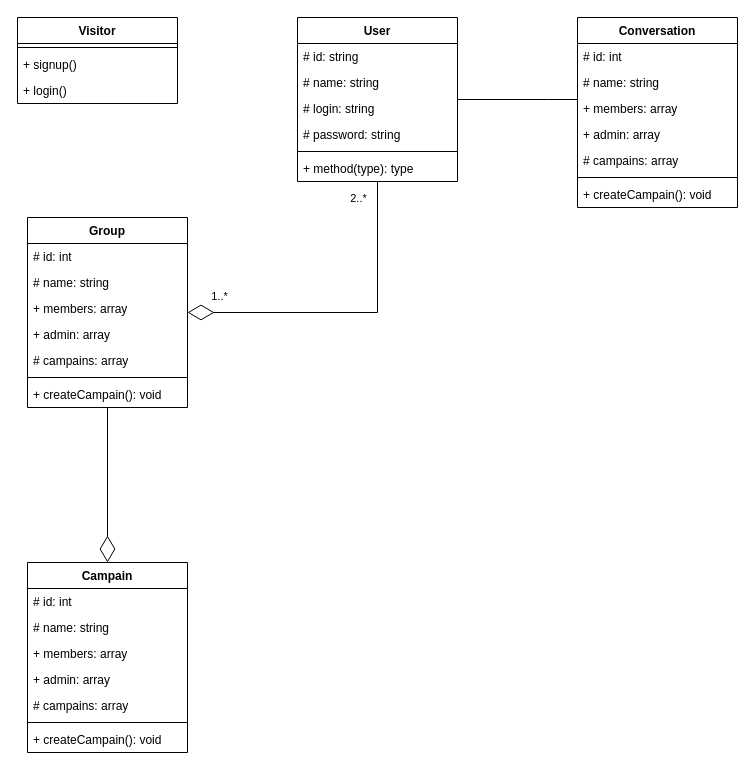
Above: page "UML" (3 of 3) of Documentation/Diagrames.drawio in ThreeLeggedDuckling/I3WAD_SymfonyProject (draw.io), before the change. Source tidied: cells renumbered, new cells numbered last; positions are measured from the earlier drawing's top-left corner, leaving out a move shared by most shapes. Both pictures are drawn from the tidied source at 100%, with x=0, y=0 at pixel (17, 17).
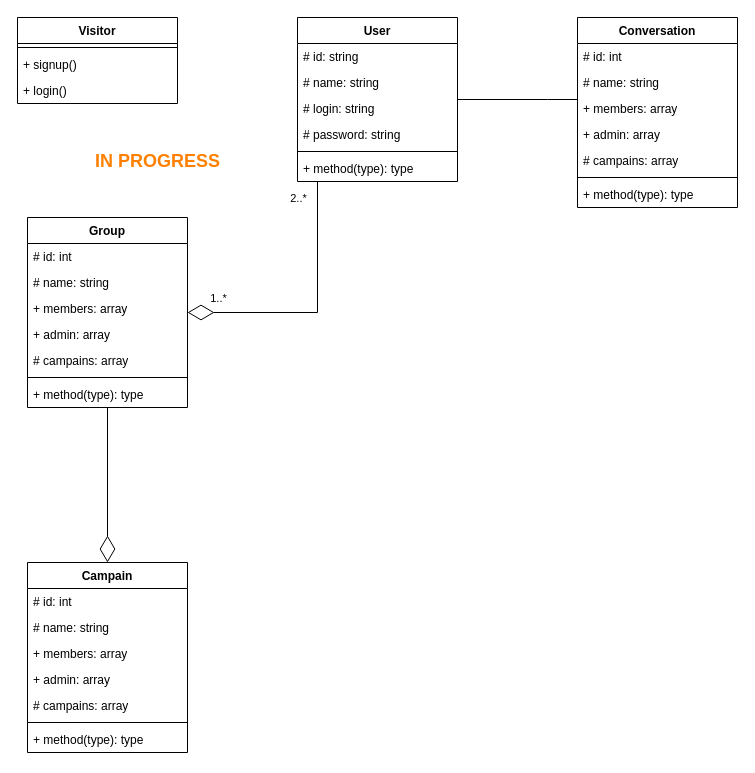
Above is the later version.

Unchanged cells that the change refers to:
```xml
<mxCell id="2" value="User" style="swimlane;fontStyle=1;align=center;verticalAlign=top;horizontal=1;startSize=26;whiteSpace=wrap;html=1;" parent="1" vertex="1">
  <mxGeometry x="280" width="160" height="164" as="geometry" />
</mxCell>
<mxCell id="13" value="Group" style="swimlane;fontStyle=1;align=center;verticalAlign=top;horizontal=1;startSize=26;whiteSpace=wrap;html=1;" parent="1" vertex="1">
  <mxGeometry x="10" y="200" width="160" height="190" as="geometry" />
</mxCell>
<mxCell id="21" value="Campain" style="swimlane;fontStyle=1;align=center;verticalAlign=top;horizontal=1;startSize=26;whiteSpace=wrap;html=1;" parent="1" vertex="1">
  <mxGeometry x="10" y="545" width="160" height="190" as="geometry" />
</mxCell>
<mxCell id="29" value="Conversation" style="swimlane;fontStyle=1;align=center;verticalAlign=top;horizontal=1;startSize=26;whiteSpace=wrap;html=1;" parent="1" vertex="1">
  <mxGeometry x="560" width="160" height="190" as="geometry" />
</mxCell>
```

What changed in the source:
```diff
@@
-    <mxCell id="8" value="+ method(type): type" style="text;strokeColor=none;fillColor=none;align=left;verticalAlign=top;spacingLeft=4;spacingRight=4;overflow=hidden;whiteSpace=wrap;html=1;" parent="2" vertex="1">
-      <mxGeometry y="138" width="160" height="26" as="geometry" />
-    </mxCell>
+    <mxCell id="42" value="+ method(type): type" style="text;strokeColor=none;fillColor=none;align=left;verticalAlign=top;spacingLeft=4;spacingRight=4;overflow=hidden;whiteSpace=wrap;html=1;" parent="2" vertex="1">
+      <mxGeometry y="138" width="160" height="26" as="geometry" />
+    </mxCell>
@@
-    <mxCell id="20" value="+ createCampain(): void" style="text;strokeColor=none;fillColor=none;align=left;verticalAlign=top;spacingLeft=4;spacingRight=4;overflow=hidden;whiteSpace=wrap;html=1;" parent="13" vertex="1">
-      <mxGeometry y="164" width="160" height="26" as="geometry" />
-    </mxCell>
+    <mxCell id="8" value="+ method(type): type" style="text;strokeColor=none;fillColor=none;align=left;verticalAlign=top;spacingLeft=4;spacingRight=4;overflow=hidden;whiteSpace=wrap;html=1;" parent="13" vertex="1">
+      <mxGeometry y="164" width="160" height="26" as="geometry" />
+    </mxCell>
@@
-    <mxCell id="28" value="+ createCampain(): void" style="text;strokeColor=none;fillColor=none;align=left;verticalAlign=top;spacingLeft=4;spacingRight=4;overflow=hidden;whiteSpace=wrap;html=1;" parent="21" vertex="1">
-      <mxGeometry y="164" width="160" height="26" as="geometry" />
-    </mxCell>
+    <mxCell id="43" value="+ method(type): type" style="text;strokeColor=none;fillColor=none;align=left;verticalAlign=top;spacingLeft=4;spacingRight=4;overflow=hidden;whiteSpace=wrap;html=1;" parent="21" vertex="1">
+      <mxGeometry y="164" width="160" height="26" as="geometry" />
+    </mxCell>
@@
-    <mxCell id="36" value="+ createCampain(): void" style="text;strokeColor=none;fillColor=none;align=left;verticalAlign=top;spacingLeft=4;spacingRight=4;overflow=hidden;whiteSpace=wrap;html=1;" parent="29" vertex="1">
-      <mxGeometry y="164" width="160" height="26" as="geometry" />
-    </mxCell>
+    <mxCell id="44" value="+ method(type): type" style="text;strokeColor=none;fillColor=none;align=left;verticalAlign=top;spacingLeft=4;spacingRight=4;overflow=hidden;whiteSpace=wrap;html=1;" parent="29" vertex="1">
+      <mxGeometry y="164" width="160" height="26" as="geometry" />
+    </mxCell>
@@
     <mxCell id="39" style="endArrow=diamondThin;endFill=0;endSize=24;html=1;rounded=0;edgeStyle=orthogonalEdgeStyle;" parent="1" edge="1" source="2" target="13">
       <mxGeometry relative="1" as="geometry">
         <Array as="points">
-          <mxPoint x="360" y="295" />
+          <mxPoint x="300" y="295" />
         </Array>
       </mxGeometry>
     </mxCell>
     <mxCell id="40" value="1..*" style="edgeLabel;html=1;align=center;verticalAlign=middle;" parent="39" vertex="1">
       <mxGeometry x="-0.06" relative="1" as="geometry">
-        <mxPoint x="-139" y="-17" as="offset" />
+        <mxPoint x="-100" y="-7" as="offset" />
       </mxGeometry>
     </mxCell>
     <mxCell id="41" value="2..*" style="edgeLabel;html=1;align=center;verticalAlign=middle;" parent="39" vertex="1">
       <mxGeometry x="-0.59" y="-2" relative="1" as="geometry">
-        <mxPoint x="-18" y="-50" as="offset" />
+        <mxPoint x="-18" y="-38" as="offset" />
       </mxGeometry>
     </mxCell>
+    <mxCell id="45" value="&lt;b&gt;&lt;font color=&quot;#ff8000&quot; style=&quot;font-size: 18px;&quot;&gt;IN PROGRESS&lt;/font&gt;&lt;/b&gt;" style="text;html=1;align=center;verticalAlign=middle;strokeColor=none;fillColor=none;" parent="1" vertex="1">
+      <mxGeometry x="65" y="124" width="150" height="40" as="geometry" />
+    </mxCell>
```
